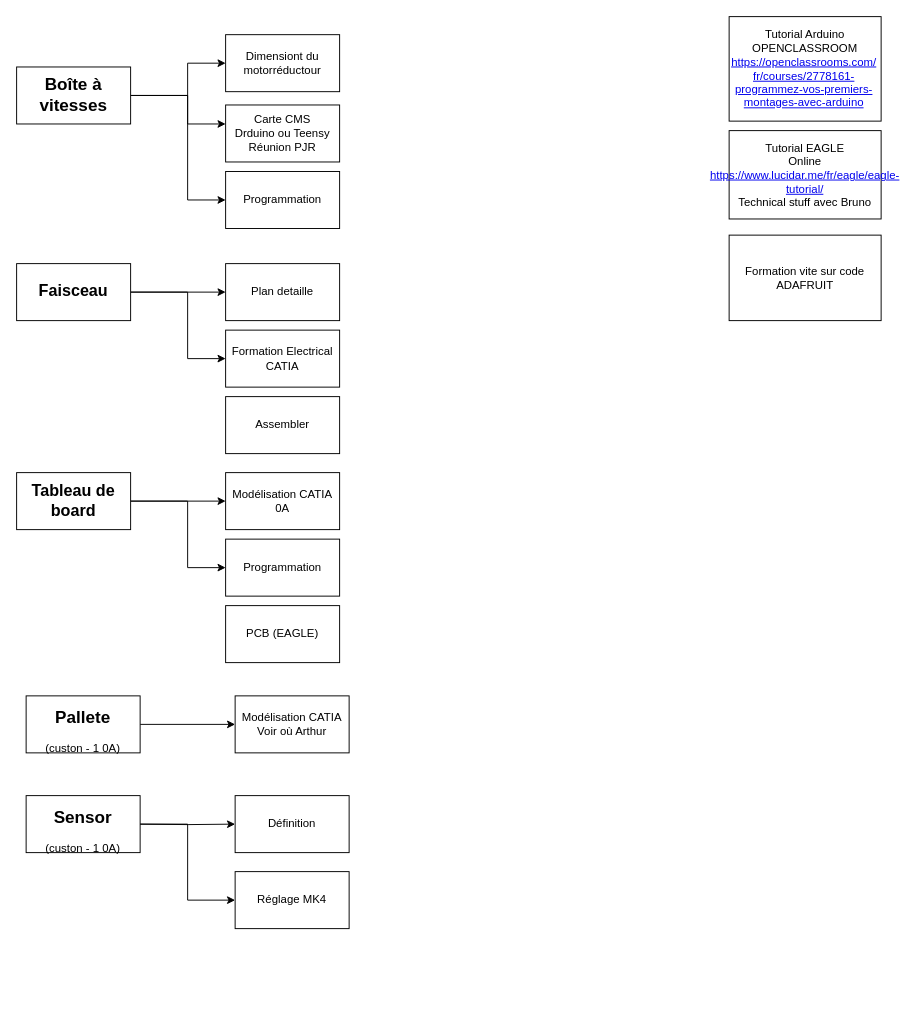
The draw.io diagram page "SEISM 2019-2020" (1 of 2) of EL_Electrical/SEISM 2019 .drawio in EOSCogniton/STUF-2020, before the edit. Source tidied: cells renumbered, new cells numbered last; positions are measured from the earlier drawing's top-left corner, leaving out a move shared by most shapes. Both pictures are drawn from the tidied source at 95%, with x=0, y=0 at pixel (16, 16).
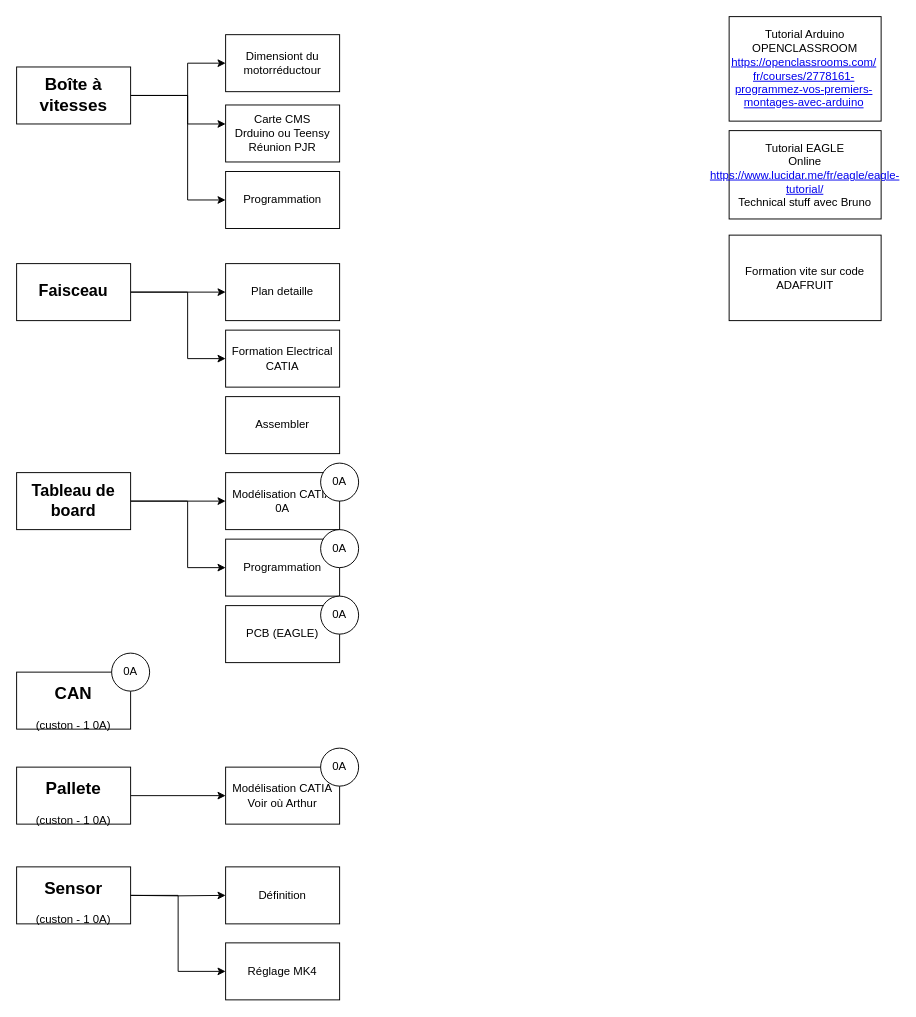
Above is the later version.

Commit message:
Update Tâches diagramme SEISM 2019 .drawio

The edit, as a diff of the source:
```diff
@@
     <mxCell id="15" value="&lt;h2&gt;&lt;span class=&quot; author-d-iz88z86z86za0dz67zz78zz78zz74zz68zjz80zz71z9iz90z95dz75zdxz72zz76znvz86zz79zz84zmrz67zz80zz90zbd2rz83zz81zgz71z1etjz88z&quot;&gt;Pallete&lt;/span&gt;&lt;/h2&gt;&lt;div&gt;(custon - 1 0A)&lt;br&gt;&lt;/div&gt;" style="rounded=0;whiteSpace=wrap;html=1;" parent="1" vertex="1">
-      <mxGeometry x="10" y="715" width="120" height="60" as="geometry" />
+      <mxGeometry y="790" width="120" height="60" as="geometry" />
     </mxCell>
@@
     <mxCell id="26" value="&lt;div&gt;Modélisation CATIA&lt;br&gt;&lt;/div&gt;&lt;div&gt;Voir où Arthur &lt;br&gt;&lt;/div&gt;" style="rounded=0;whiteSpace=wrap;html=1;fontSize=12;" parent="1" vertex="1">
-      <mxGeometry x="230" y="715" width="120" height="60" as="geometry" />
+      <mxGeometry x="220" y="790" width="120" height="60" as="geometry" />
     </mxCell>
@@
     <mxCell id="28" value="&lt;h2&gt;&lt;span class=&quot; author-d-iz88z86z86za0dz67zz78zz78zz74zz68zjz80zz71z9iz90z95dz75zdxz72zz76znvz86zz79zz84zmrz67zz80zz90zbd2rz83zz81zgz71z1etjz88z&quot;&gt;Sensor&lt;/span&gt;&lt;/h2&gt;&lt;div&gt;(custon - 1 0A)&lt;br&gt;&lt;/div&gt;" style="rounded=0;whiteSpace=wrap;html=1;" parent="1" vertex="1">
-      <mxGeometry x="10" y="820" width="120" height="60" as="geometry" />
+      <mxGeometry y="895" width="120" height="60" as="geometry" />
     </mxCell>
     <mxCell id="29" style="edgeStyle=orthogonalEdgeStyle;rounded=0;jettySize=auto;html=1;exitX=1;exitY=0.5;exitDx=0;exitDy=0;fontSize=12;" parent="1" edge="1" target="30">
       <mxGeometry relative="1" as="geometry">
-        <mxPoint x="130" y="850" as="sourcePoint" />
+        <mxPoint x="120" y="925" as="sourcePoint" />
       </mxGeometry>
     </mxCell>
     <mxCell id="30" value="Définition" style="rounded=0;whiteSpace=wrap;html=1;fontSize=12;" parent="1" vertex="1">
-      <mxGeometry x="230" y="820" width="120" height="60" as="geometry" />
+      <mxGeometry x="220" y="895" width="120" height="60" as="geometry" />
     </mxCell>
     <mxCell id="31" value="Réglage MK4" style="rounded=0;whiteSpace=wrap;html=1;fontSize=12;" parent="1" vertex="1">
-      <mxGeometry x="230" y="900" width="120" height="60" as="geometry" />
+      <mxGeometry x="220" y="975" width="120" height="60" as="geometry" />
     </mxCell>
+    <mxCell id="32" value="0A" style="ellipse;whiteSpace=wrap;html=1;fontSize=12;" parent="1" vertex="1">
+      <mxGeometry x="320" y="470" width="40" height="40" as="geometry" />
+    </mxCell>
+    <mxCell id="33" value="0A" style="ellipse;whiteSpace=wrap;html=1;fontSize=12;" parent="1" vertex="1">
+      <mxGeometry x="320" y="540" width="40" height="40" as="geometry" />
+    </mxCell>
+    <mxCell id="34" value="0A" style="ellipse;whiteSpace=wrap;html=1;fontSize=12;" parent="1" vertex="1">
+      <mxGeometry x="320" y="610" width="40" height="40" as="geometry" />
+    </mxCell>
+    <mxCell id="35" value="0A" style="ellipse;whiteSpace=wrap;html=1;fontSize=12;" parent="1" vertex="1">
+      <mxGeometry x="320" y="770" width="40" height="40" as="geometry" />
+    </mxCell>
+    <mxCell id="36" value="&lt;h2&gt;&lt;span class=&quot; author-d-iz88z86z86za0dz67zz78zz78zz74zz68zjz80zz71z9iz90z95dz75zdxz72zz76znvz86zz79zz84zmrz67zz80zz90zbd2rz83zz81zgz71z1etjz88z&quot;&gt;CAN&lt;/span&gt;&lt;/h2&gt;&lt;div&gt;(custon - 1 0A)&lt;br&gt;&lt;/div&gt;" style="rounded=0;whiteSpace=wrap;html=1;" parent="1" vertex="1">
+      <mxGeometry y="690" width="120" height="60" as="geometry" />
+    </mxCell>
+    <mxCell id="37" value="0A" style="ellipse;whiteSpace=wrap;html=1;fontSize=12;" parent="1" vertex="1">
+      <mxGeometry x="100" y="670" width="40" height="40" as="geometry" />
+    </mxCell>
```
